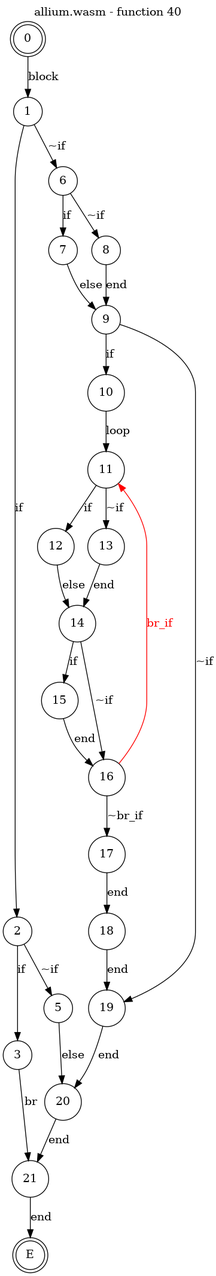
This is test_cases/allium/funcs/allium-func40.png from jsCarleton/wanalyze, a Graphviz export, as it was before one commit. Its source is kept beside it as test_cases/allium/funcs/allium-func40.dot.
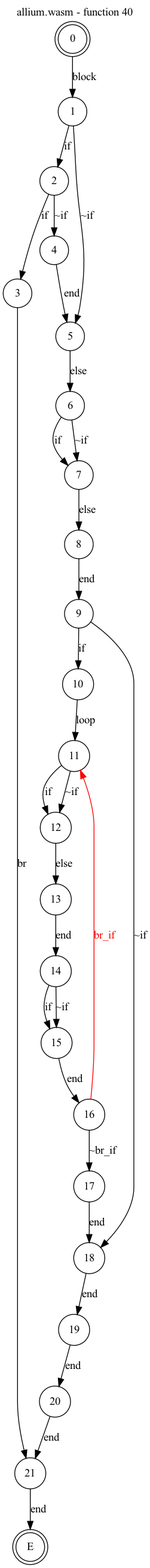
The same diagram one commit later.

What changed in the source:
```diff
@@ -8,25 +8,25 @@
     node [shape = circle];
     0 -> 1[label="block"];
     1 -> 2[label="if"];
-    1 -> 6[label="~if"];
+    1 -> 5[label="~if"];
     2 -> 3[label="if"];
-    2 -> 5[label="~if"];
+    2 -> 4[label="~if"];
     3 -> 21[label="br"];
     4 -> 5[label="end"];
-    5 -> 20[label="else"];
+    5 -> 6[label="else"];
     6 -> 7[label="if"];
-    6 -> 8[label="~if"];
-    7 -> 9[label="else"];
+    6 -> 7[label="~if"];
+    7 -> 8[label="else"];
     8 -> 9[label="end"];
     9 -> 10[label="if"];
-    9 -> 19[label="~if"];
+    9 -> 18[label="~if"];
     10 -> 11[label="loop"];
     11 -> 12[label="if"];
-    11 -> 13[label="~if"];
-    12 -> 14[label="else"];
+    11 -> 12[label="~if"];
+    12 -> 13[label="else"];
     13 -> 14[label="end"];
     14 -> 15[label="if"];
-    14 -> 16[label="~if"];
+    14 -> 15[label="~if"];
     15 -> 16[label="end"];
     16 -> 17[label="~br_if"];
     16 -> 11[color="red" fontcolor="red" label="br_if"];
```
